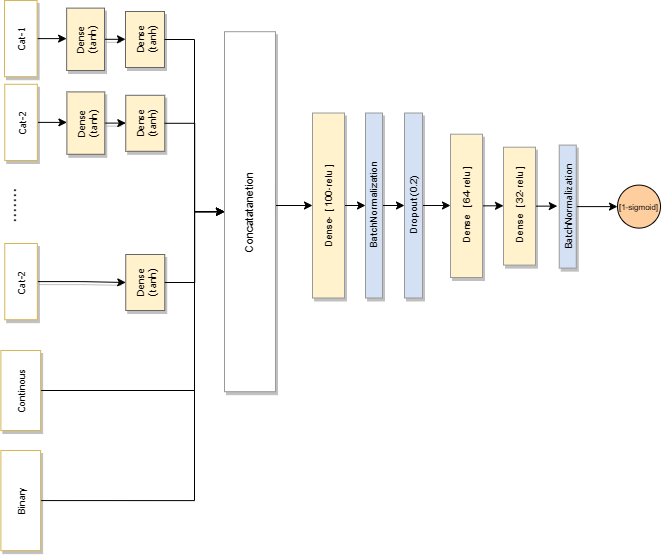
Before: EmbeddingMLP.drawio.png, a diagram exported from draw.io (faikozcan/MLFraud). Source tidied: cells renumbered, new cells last; positions are measured from the earlier drawing's top-left corner, leaving out a move shared by most shapes.
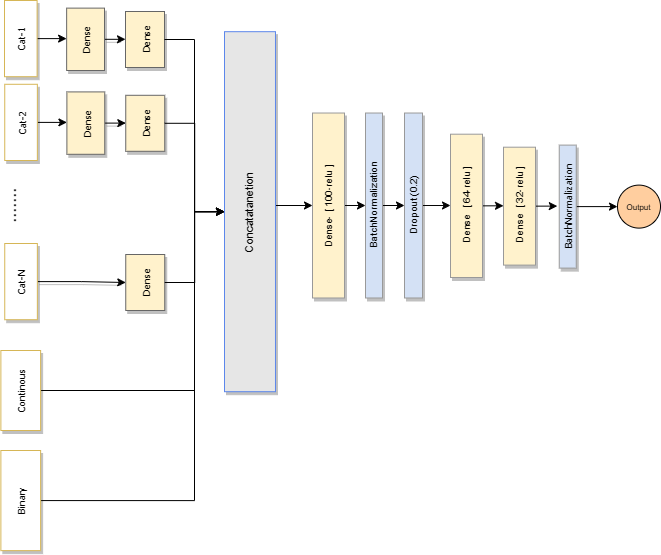
The same diagram one commit later.

The edit, as a diff of the source:
```diff
@@ -43,7 +43,7 @@
         </Array>
       </mxGeometry>
     </mxCell>
-    <mxCell id="11" value="&lt;font face=&quot;arial&quot; style=&quot;font-size: 11px;&quot;&gt;Concatatanetion&lt;/font&gt;" style="whiteSpace=wrap;html=1;shadow=1;fontSize=10;fillColor=#FFFFFF;strokeColor=#999999;horizontal=0;fontFamily=Tahoma;" parent="1" vertex="1">
+    <mxCell id="11" value="&lt;font face=&quot;arial&quot; style=&quot;font-size: 11px;&quot;&gt;Concatatanetion&lt;/font&gt;" style="whiteSpace=wrap;html=1;shadow=1;fontSize=10;fillColor=#E6E6E6;strokeColor=#5C87EB;horizontal=0;fontFamily=Tahoma;" parent="1" vertex="1">
       <mxGeometry x="230" y="31.2" width="51" height="360" as="geometry" />
     </mxCell>
     <mxCell id="12" value="&lt;font style=&quot;font-size: 18px&quot;&gt;.......&lt;/font&gt;" style="text;html=1;strokeColor=none;fillColor=#FFFFFF;align=center;verticalAlign=middle;whiteSpace=wrap;rounded=0;rotation=90;" parent="1" vertex="1">
@@ -55,10 +55,10 @@
     <mxCell id="14" style="edgeStyle=orthogonalEdgeStyle;rounded=0;jettySize=auto;html=1;exitX=1;exitY=0.5;exitDx=0;exitDy=0;entryX=0;entryY=0.5;entryDx=0;entryDy=0;shadow=1;strokeColor=#000000;fontFamily=arial;fontSize=8;fillColor=#FFFFFF;" parent="13" edge="1" source="15" target="16">
       <mxGeometry relative="1" as="geometry" />
     </mxCell>
-    <mxCell id="15" value="Dense &lt;br&gt;(tanh)" style="whiteSpace=wrap;html=1;shadow=1;fontSize=10;fillColor=#FFF2CC;strokeColor=#666666;horizontal=0;fontFamily=Tahoma;" parent="13" vertex="1">
+    <mxCell id="15" value="Dense" style="whiteSpace=wrap;html=1;shadow=1;fontSize=10;fillColor=#FFF2CC;strokeColor=#666666;horizontal=0;fontFamily=Tahoma;" parent="13" vertex="1">
       <mxGeometry x="62.1" y="7.6" width="37.9" height="62.4" as="geometry" />
     </mxCell>
-    <mxCell id="16" value="Dense (tanh)" style="whiteSpace=wrap;html=1;shadow=1;fontSize=10;fillColor=#FFF2CC;strokeColor=#666666;horizontal=0;fontFamily=Tahoma;" parent="13" vertex="1">
+    <mxCell id="16" value="Dense" style="whiteSpace=wrap;html=1;shadow=1;fontSize=10;fillColor=#FFF2CC;strokeColor=#666666;horizontal=0;fontFamily=Tahoma;" parent="13" vertex="1">
       <mxGeometry x="121" y="11" width="39" height="56" as="geometry" />
     </mxCell>
     <mxCell id="17" style="edgeStyle=orthogonalEdgeStyle;rounded=0;jettySize=auto;html=1;exitX=1;exitY=0.5;exitDx=0;exitDy=0;entryX=0;entryY=0.5;entryDx=0;entryDy=0;" parent="13" edge="1" source="18" target="15">
@@ -67,7 +67,7 @@
     <mxCell id="18" value="Cat-2" style="whiteSpace=wrap;html=1;shadow=1;fontSize=10;fillColor=#FFFFFF;strokeColor=#d6b656;horizontal=0;fontFamily=Tahoma;" parent="13" vertex="1">
       <mxGeometry width="32.6" height="76.2" as="geometry" />
     </mxCell>
-    <mxCell id="19" value="&lt;font face=&quot;arial&quot; style=&quot;font-size: 8px;&quot;&gt;[1-sigmoid]&lt;/font&gt;" style="ellipse;whiteSpace=wrap;html=1;fillColor=#FFCE9F;strokeColor=#000000;" parent="1" vertex="1">
+    <mxCell id="19" value="&lt;font face=&quot;arial&quot; style=&quot;font-size: 8px;&quot;&gt;Output&lt;br&gt;&lt;/font&gt;" style="ellipse;whiteSpace=wrap;html=1;fillColor=#FFCE9F;strokeColor=#000000;" parent="1" vertex="1">
       <mxGeometry x="623" y="184.6" width="43" height="43" as="geometry" />
     </mxCell>
     <mxCell id="20" style="edgeStyle=orthogonalEdgeStyle;rounded=0;jettySize=auto;html=1;exitX=1;exitY=0.5;exitDx=0;exitDy=0;entryX=0;entryY=0.5;entryDx=0;entryDy=0;fontFamily=Tahoma;fontSize=8;fillColor=#FFFFFF;strokeColor=#000000;" parent="1" edge="1" source="21" target="23">
@@ -102,10 +102,10 @@
     <mxCell id="29" style="edgeStyle=orthogonalEdgeStyle;rounded=0;jettySize=auto;html=1;exitX=1;exitY=0.5;exitDx=0;exitDy=0;entryX=0;entryY=0.5;entryDx=0;entryDy=0;shadow=1;strokeColor=#000000;fontFamily=arial;fontSize=8;fillColor=#FFFFFF;" parent="28" edge="1" source="30" target="31">
       <mxGeometry relative="1" as="geometry" />
     </mxCell>
-    <mxCell id="30" value="Dense &lt;br&gt;(tanh)" style="whiteSpace=wrap;html=1;shadow=1;fontSize=10;fillColor=#FFF2CC;strokeColor=#666666;horizontal=0;fontFamily=Tahoma;" parent="28" vertex="1">
+    <mxCell id="30" value="Dense &lt;br&gt;" style="whiteSpace=wrap;html=1;shadow=1;fontSize=10;fillColor=#FFF2CC;strokeColor=#666666;horizontal=0;fontFamily=Tahoma;" parent="28" vertex="1">
       <mxGeometry x="62.1" y="7.6" width="37.9" height="62.4" as="geometry" />
     </mxCell>
-    <mxCell id="31" value="Dense (tanh)" style="whiteSpace=wrap;html=1;shadow=1;fontSize=10;fillColor=#FFF2CC;strokeColor=#666666;horizontal=0;fontFamily=Tahoma;" parent="28" vertex="1">
+    <mxCell id="31" value="Dense" style="whiteSpace=wrap;html=1;shadow=1;fontSize=10;fillColor=#FFF2CC;strokeColor=#666666;horizontal=0;fontFamily=Tahoma;" parent="28" vertex="1">
       <mxGeometry x="121" y="11" width="39" height="56" as="geometry" />
     </mxCell>
     <mxCell id="32" style="edgeStyle=orthogonalEdgeStyle;rounded=0;jettySize=auto;html=1;exitX=1;exitY=0.5;exitDx=0;exitDy=0;entryX=0;entryY=0.5;entryDx=0;entryDy=0;" parent="28" edge="1" source="33" target="30">
@@ -126,10 +126,10 @@
     <mxCell id="37" style="edgeStyle=orthogonalEdgeStyle;rounded=0;jettySize=auto;html=1;exitX=1;exitY=0.5;exitDx=0;exitDy=0;entryX=0;entryY=0.5;entryDx=0;entryDy=0;shadow=1;strokeColor=#000000;fontFamily=arial;fontSize=8;fillColor=#FFFFFF;" parent="36" edge="1" source="39" target="38">
       <mxGeometry relative="1" as="geometry" />
     </mxCell>
-    <mxCell id="38" value="Dense (tanh)" style="whiteSpace=wrap;html=1;shadow=1;fontSize=10;fillColor=#FFF2CC;strokeColor=#666666;horizontal=0;fontFamily=Tahoma;" parent="36" vertex="1">
+    <mxCell id="38" value="Dense" style="whiteSpace=wrap;html=1;shadow=1;fontSize=10;fillColor=#FFF2CC;strokeColor=#666666;horizontal=0;fontFamily=Tahoma;" parent="36" vertex="1">
       <mxGeometry x="121" y="11" width="39" height="56" as="geometry" />
     </mxCell>
-    <mxCell id="39" value="Cat-2" style="whiteSpace=wrap;html=1;shadow=1;fontSize=10;fillColor=#FFFFFF;strokeColor=#d6b656;horizontal=0;fontFamily=Tahoma;" parent="36" vertex="1">
+    <mxCell id="39" value="Cat-N" style="whiteSpace=wrap;html=1;shadow=1;fontSize=10;fillColor=#FFFFFF;strokeColor=#d6b656;horizontal=0;fontFamily=Tahoma;" parent="36" vertex="1">
       <mxGeometry width="32.6" height="76.2" as="geometry" />
     </mxCell>
     <mxCell id="40" style="edgeStyle=orthogonalEdgeStyle;rounded=0;jettySize=auto;html=1;exitX=1;exitY=0.5;exitDx=0;exitDy=0;entryX=0;entryY=0.5;entryDx=0;entryDy=0;fontFamily=Courier New;" parent="1" edge="1" source="38" target="11">
```
